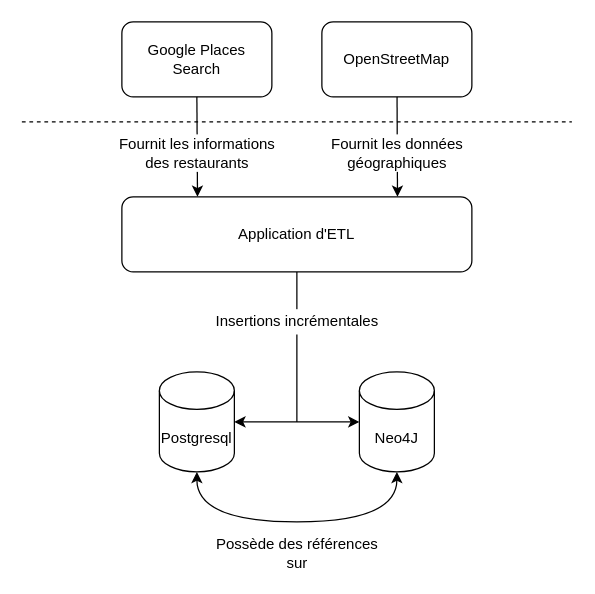
The draw.io diagram page "Page-1" (1 of 3) of doc/etl.drawio in Katsuyu/VeloEpicurien, before the edit. Source tidied: cells renumbered, new cells numbered last; positions are measured from the earlier drawing's top-left corner, leaving out a move shared by most shapes. Both pictures are drawn from the tidied source at 125%, with x=0, y=0 at pixel (21, 21).
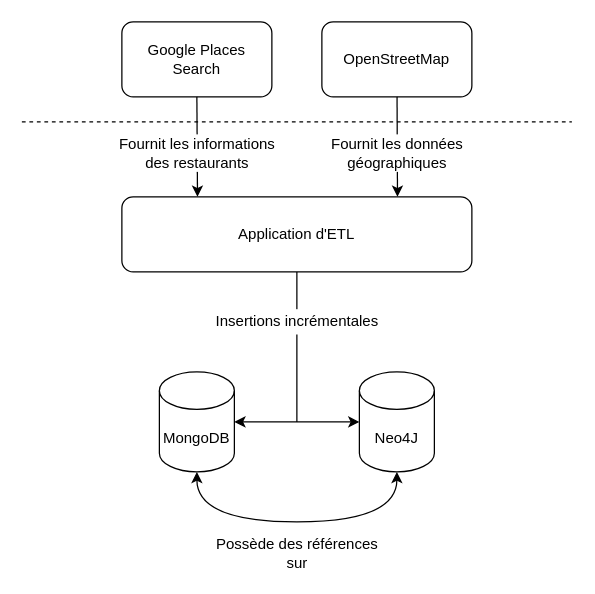
The same page after the edit.

What changed in the source:
```diff
@@
-    <mxCell id="2" value="Postgresql" style="shape=cylinder3;whiteSpace=wrap;html=1;boundedLbl=1;backgroundOutline=1;size=15;" parent="1" vertex="1">
+    <mxCell id="2" value="MongoDB" style="shape=cylinder3;whiteSpace=wrap;html=1;boundedLbl=1;backgroundOutline=1;size=15;" parent="1" vertex="1">
       <mxGeometry x="110" y="280" width="60" height="80" as="geometry" />
     </mxCell>
```
